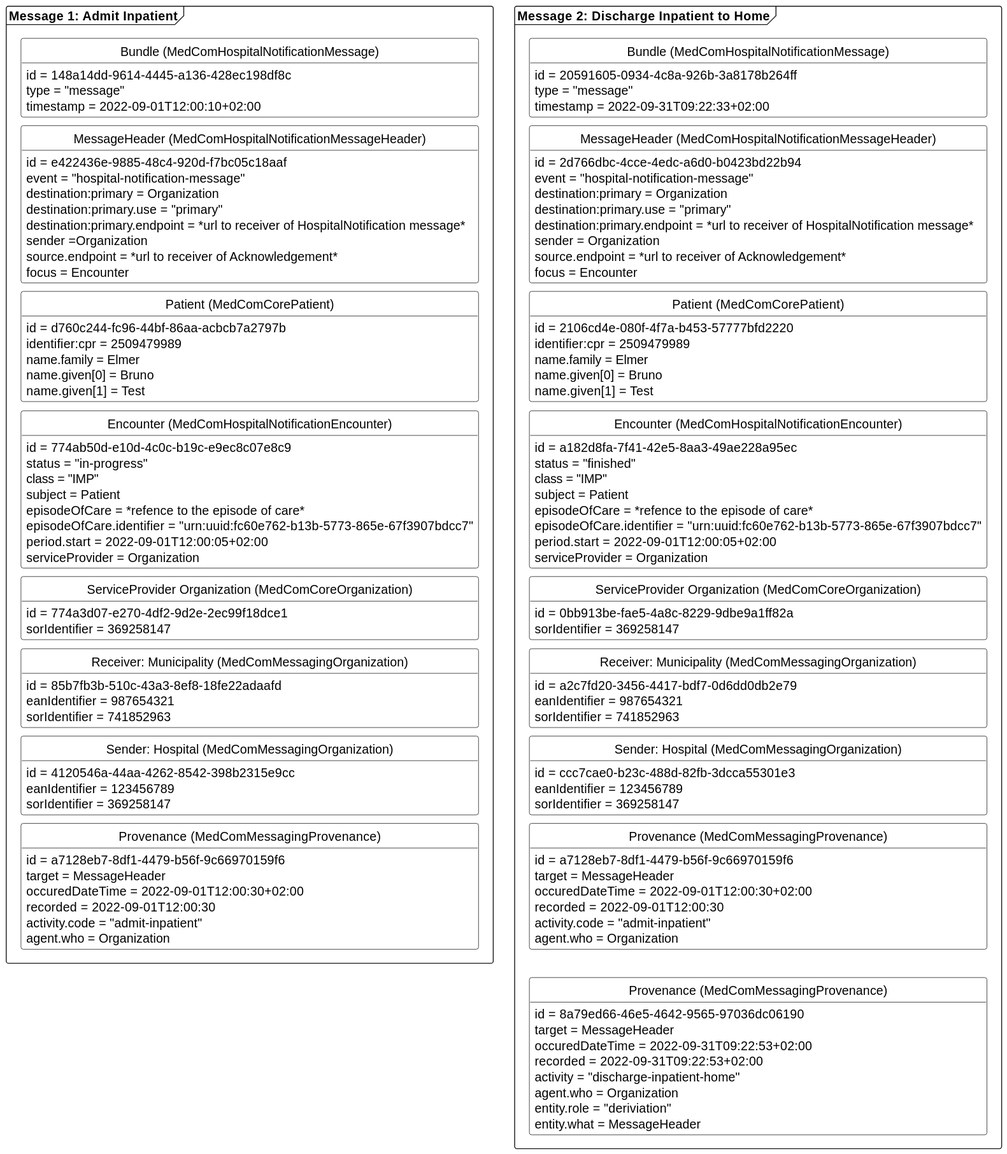
The PlantUML diagram docs/assets/images/HNAdmitFinish.svg in medcomdk/dk-medcom-hospitalnotification, before a commit. Its diagram source:
```plantuml
@startuml HNAdmitFinish

skinparam class {
    BackgroundColor White
    BorderColor Black
    ArrowColor Black
  }
hide circle
hide empty members
skinparam SameClassWidth true
skinparam Ranksep 10



package "Message 1: Admit Inpatient" as admit <<Frame>>{
    class "Bundle (MedComHospitalNotificationMessage)" as admitB{
        id = 148a14dd-9614-4445-a136-428ec198df8c
        type = "message"
        timestamp = 2022-09-01T12:00:10+02:00
    }
    class "MessageHeader (MedComHospitalNotificationMessageHeader)" as admitMH{
        id = e422436e-9885-48c4-920d-f7bc05c18aaf
        event = "hospital-notification-message"
        destination:primary = Organization
        destination:primary.use = "primary"
        destination:primary.endpoint = *url to receiver of HospitalNotification message*
        sender =Organization
        source.endpoint = *url to receiver of Acknowledgement*
        focus = Encounter
    }
    class "Patient (MedComCorePatient)" as admitPT{
        id = d760c244-fc96-44bf-86aa-acbcb7a2797b
        identifier:cpr = 2509479989
        name.family = Elmer
        name.given[0] = Bruno
        name.given[1] = Test
    }
    class "Encounter (MedComHospitalNotificationEncounter)" as admitENC{
        id = 774ab50d-e10d-4c0c-b19c-e9ec8c07e8c9
        status = "in-progress"
        class = "IMP"
        subject = Patient
        episodeOfCare = *refence to the episode of care*
        episodeOfCare.identifier = "urn:uuid:fc60e762-b13b-5773-865e-67f3907bdcc7"
        period.start = 2022-09-01T12:00:05+02:00
        serviceProvider = Organization
    }
    class "ServiceProvider Organization (MedComCoreOrganization)" as admitSPOrg{
        id = 774a3d07-e270-4df2-9d2e-2ec99f18dce1
        sorIdentifier = 369258147
    }
    class "Receiver: Municipality (MedComMessagingOrganization)" as admitROrg{
        id = 85b7fb3b-510c-43a3-8ef8-18fe22adaafd
        eanIdentifier = 987654321
        sorIdentifier = 741852963
    }
    class "Sender: Hospital (MedComMessagingOrganization)" as admitSOrg{
        id = 4120546a-44aa-4262-8542-398b2315e9cc
        eanIdentifier = 123456789
        sorIdentifier = 369258147
    }
    class "Provenance  (MedComMessagingProvenance)" as admitPRO{
        id = a7128eb7-8df1-4479-b56f-9c66970159f6
        target = MessageHeader
        occuredDateTime = 2022-09-01T12:00:30+02:00
        recorded = 2022-09-01T12:00:30
        activity.code = "admit-inpatient"
        agent.who = Organization
    }

admitB -[hidden]- admitMH
admitMH-[hidden]-admitPT
admitPT-[hidden]-admitENC
admitENC-[hidden]-admitSPOrg
admitSPOrg-[hidden]-admitROrg
admitROrg-[hidden]-admitSOrg
admitSOrg-[hidden]-admitPRO
}

package "Message 2: Discharge Inpatient to Home" as finished <<Frame>>{
    class "Bundle  (MedComHospitalNotificationMessage)" as finishedB{
        id = 20591605-0934-4c8a-926b-3a8178b264ff
        type = "message"
        timestamp = 2022-09-31T09:22:33+02:00
    }
    class "MessageHeader  (MedComHospitalNotificationMessageHeader)" as finishedMH{
        id = 2d766dbc-4cce-4edc-a6d0-b0423bd22b94
        event = "hospital-notification-message"
        destination:primary = Organization
        destination:primary.use = "primary"
        destination:primary.endpoint = *url to receiver of HospitalNotification message*
        sender = Organization
        source.endpoint = *url to receiver of Acknowledgement*
        focus = Encounter
    }
    class "Patient  (MedComCorePatient)" as finishedPT{
        id = 2106cd4e-080f-4f7a-b453-57777bfd2220
        identifier:cpr = 2509479989
        name.family = Elmer
        name.given[0] = Bruno
        name.given[1] = Test
    }
    class "Encounter  (MedComHospitalNotificationEncounter)" as finishedENC{
        id = a182d8fa-7f41-42e5-8aa3-49ae228a95ec
        status = "finished"
        class = "IMP"
        subject = Patient
        episodeOfCare = *refence to the episode of care*
        episodeOfCare.identifier = "urn:uuid:fc60e762-b13b-5773-865e-67f3907bdcc7"
        period.start = 2022-09-01T12:00:05+02:00
        serviceProvider = Organization
    }
    class "ServiceProvider Organization (MedComCoreOrganization)" as finishedSPOrg{
        id = 0bb913be-fae5-4a8c-8229-9dbe9a1ff82a
        sorIdentifier = 369258147
    }
    class "Receiver: Municipality (MedComMessagingOrganization)" as finishedROrg{
        id = a2c7fd20-3456-4417-bdf7-0d6dd0db2e79
        eanIdentifier = 987654321
        sorIdentifier = 741852963
    }
    class "Sender: Hospital (MedComMessagingOrganization)" as finishedSOrg{
        id = ccc7cae0-b23c-488d-82fb-3dcca55301e3
        eanIdentifier = 123456789
        sorIdentifier = 369258147
    }
    class "Provenance (MedComMessagingProvenance)" as admitfinishedPRO{
        id = a7128eb7-8df1-4479-b56f-9c66970159f6
        target = MessageHeader
        occuredDateTime = 2022-09-01T12:00:30+02:00
        recorded = 2022-09-01T12:00:30
        activity.code = "admit-inpatient"
        agent.who = Organization
    }
    class "Provenance (MedComMessagingProvenance)" as finishedPRO{
        id = 8a79ed66-46e5-4642-9565-97036dc06190
        target = MessageHeader
        occuredDateTime = 2022-09-31T09:22:53+02:00
        recorded = 2022-09-31T09:22:53+02:00
        activity = "discharge-inpatient-home"
        agent.who = Organization
        entity.role = "deriviation"
        entity.what = MessageHeader
    }
finishedB-[hidden]-finishedMH
finishedMH-[hidden]-finishedPT
finishedPT-[hidden]-finishedENC
finishedENC-[hidden]-finishedSPOrg
finishedSPOrg-[hidden]-finishedROrg
finishedROrg-[hidden]-finishedSOrg
finishedSOrg-[hidden]-admitfinishedPRO
admitfinishedPRO-[hidden]-finishedPRO

}



@enduml
```
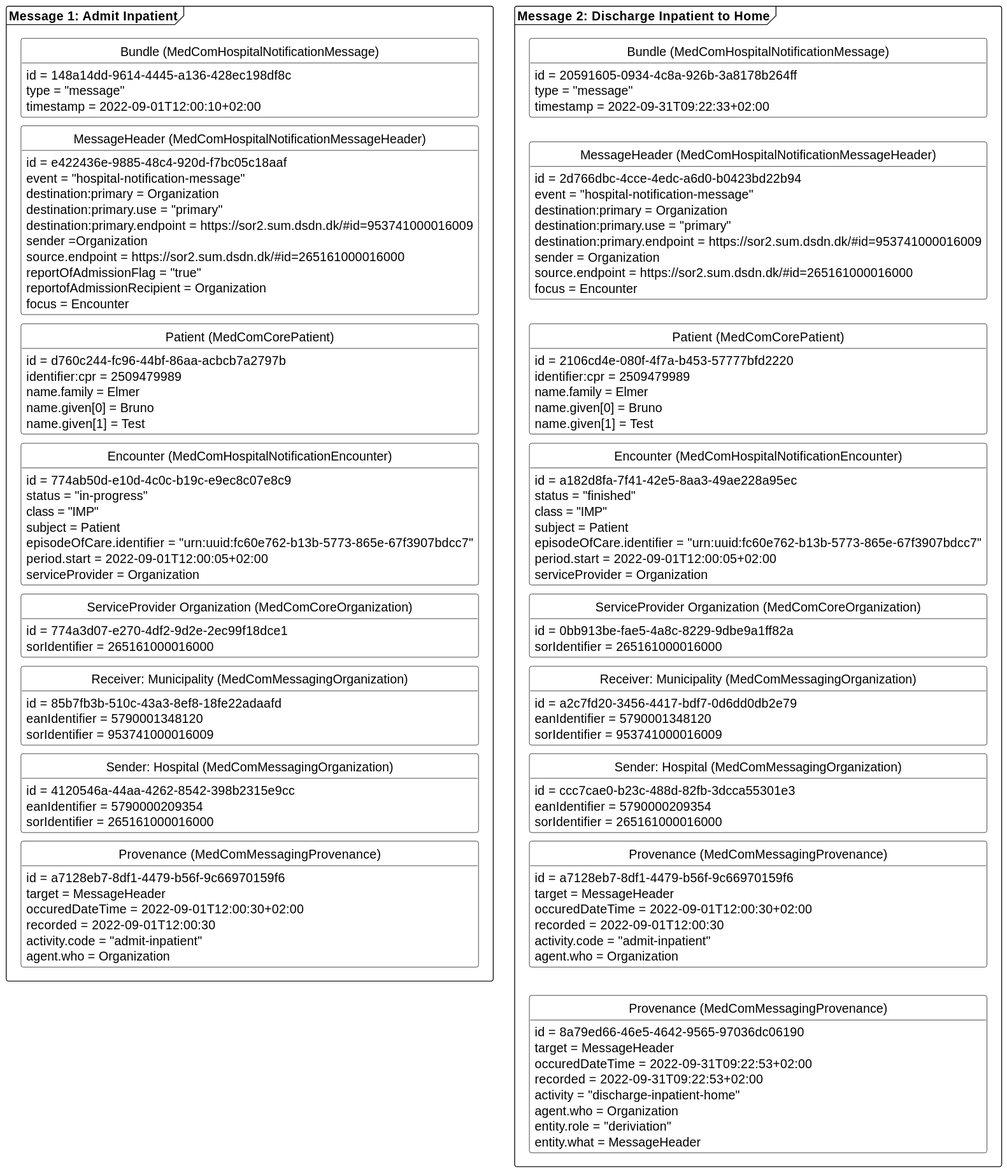
Above is the later version.

Change to the diagram source:
```diff
@@ -23,9 +23,11 @@
         event = "hospital-notification-message"
         destination:primary = Organization
         destination:primary.use = "primary"
-        destination:primary.endpoint = *url to receiver of HospitalNotification message*
+        destination:primary.endpoint = https://sor2.sum.dsdn.dk/#id=953741000016009
         sender =Organization
-        source.endpoint = *url to receiver of Acknowledgement*
+        source.endpoint = https://sor2.sum.dsdn.dk/#id=265161000016000
+        reportOfAdmissionFlag = "true"
+        reportofAdmissionRecipient = Organization
         focus = Encounter
     }
     class "Patient (MedComCorePatient)" as admitPT{
@@ -40,24 +42,23 @@
         status = "in-progress"
         class = "IMP"
         subject = Patient
-        episodeOfCare = *refence to the episode of care*
         episodeOfCare.identifier = "urn:uuid:fc60e762-b13b-5773-865e-67f3907bdcc7"
         period.start = 2022-09-01T12:00:05+02:00
         serviceProvider = Organization
     }
     class "ServiceProvider Organization (MedComCoreOrganization)" as admitSPOrg{
         id = 774a3d07-e270-4df2-9d2e-2ec99f18dce1
-        sorIdentifier = 369258147
+        sorIdentifier = 265161000016000
     }
     class "Receiver: Municipality (MedComMessagingOrganization)" as admitROrg{
         id = 85b7fb3b-510c-43a3-8ef8-18fe22adaafd
-        eanIdentifier = 987654321
-        sorIdentifier = 741852963
+        eanIdentifier = 5790001348120
+        sorIdentifier = 953741000016009
     }
     class "Sender: Hospital (MedComMessagingOrganization)" as admitSOrg{
         id = 4120546a-44aa-4262-8542-398b2315e9cc
-        eanIdentifier = 123456789
-        sorIdentifier = 369258147
+        eanIdentifier = 5790000209354
+        sorIdentifier = 265161000016000
     }
     class "Provenance  (MedComMessagingProvenance)" as admitPRO{
         id = a7128eb7-8df1-4479-b56f-9c66970159f6
@@ -88,9 +89,9 @@
         event = "hospital-notification-message"
         destination:primary = Organization
         destination:primary.use = "primary"
-        destination:primary.endpoint = *url to receiver of HospitalNotification message*
+        destination:primary.endpoint = https://sor2.sum.dsdn.dk/#id=953741000016009
         sender = Organization
-        source.endpoint = *url to receiver of Acknowledgement*
+        source.endpoint = https://sor2.sum.dsdn.dk/#id=265161000016000
         focus = Encounter
     }
     class "Patient  (MedComCorePatient)" as finishedPT{
@@ -105,24 +106,23 @@
         status = "finished"
         class = "IMP"
         subject = Patient
-        episodeOfCare = *refence to the episode of care*
         episodeOfCare.identifier = "urn:uuid:fc60e762-b13b-5773-865e-67f3907bdcc7"
         period.start = 2022-09-01T12:00:05+02:00
         serviceProvider = Organization
     }
     class "ServiceProvider Organization (MedComCoreOrganization)" as finishedSPOrg{
         id = 0bb913be-fae5-4a8c-8229-9dbe9a1ff82a
-        sorIdentifier = 369258147
+        sorIdentifier = 265161000016000
     }
     class "Receiver: Municipality (MedComMessagingOrganization)" as finishedROrg{
         id = a2c7fd20-3456-4417-bdf7-0d6dd0db2e79
-        eanIdentifier = 987654321
-        sorIdentifier = 741852963
+        eanIdentifier = 5790001348120
+        sorIdentifier = 953741000016009
     }
     class "Sender: Hospital (MedComMessagingOrganization)" as finishedSOrg{
         id = ccc7cae0-b23c-488d-82fb-3dcca55301e3
-        eanIdentifier = 123456789
-        sorIdentifier = 369258147
+        eanIdentifier = 5790000209354
+        sorIdentifier = 265161000016000
     }
     class "Provenance (MedComMessagingProvenance)" as admitfinishedPRO{
         id = a7128eb7-8df1-4479-b56f-9c66970159f6
```
